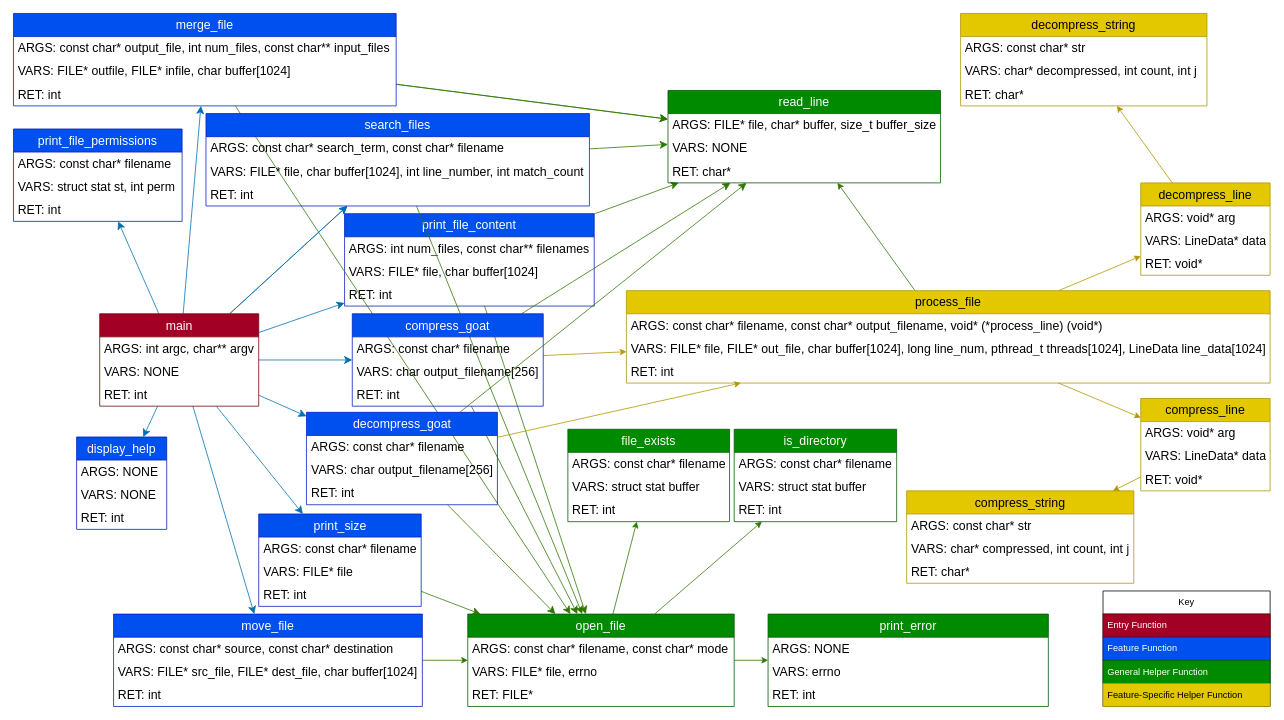
Earlier version of the draw.io diagram assets/function_call_diagram.drawio (dross1-dross1/goat-tool). Source tidied: cells renumbered, new cells numbered last; positions are measured from the earlier drawing's top-left corner, leaving out a move shared by most shapes. Both pictures are drawn from the tidied source at 77%, with x=0, y=0 at pixel (13, 13).
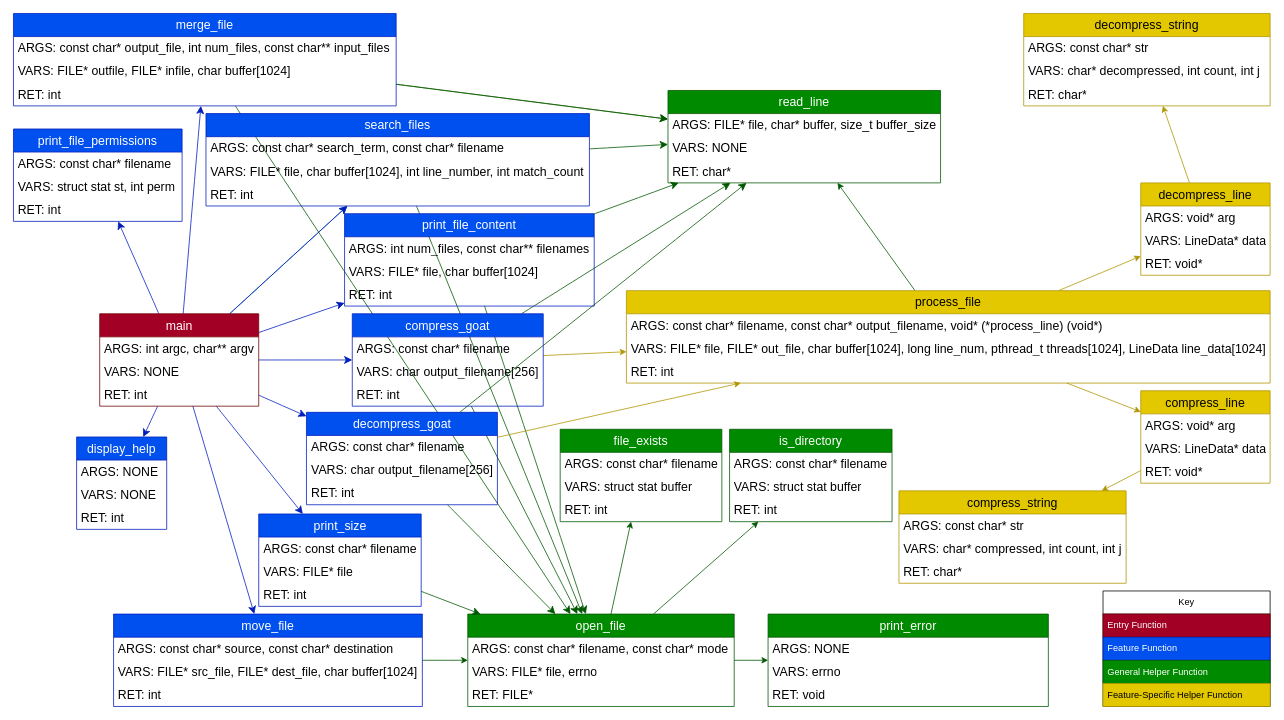
After the change.

Commit message (it also covers changes not shown here):
fixed function call graph minor errors

The change refers to these unchanged cells:
```xml
<mxCell id="5" value="open_file" style="swimlane;fontStyle=0;horizontal=1;startSize=30;whiteSpace=wrap;html=1;fontSize=16;fillColor=#008a00;fontColor=#ffffff;strokeColor=#005700;" parent="1" vertex="1">
  <mxGeometry x="590" y="780" width="346" height="120" as="geometry" />
</mxCell>
<mxCell id="18" value="main" style="swimlane;fontStyle=0;horizontal=1;startSize=30;whiteSpace=wrap;html=1;fontSize=16;fillColor=#a20025;fontColor=#ffffff;strokeColor=#6F0000;" parent="1" vertex="1">
  <mxGeometry x="112" y="390" width="206.5" height="120" as="geometry" />
</mxCell>
<mxCell id="22" value="display_help" style="swimlane;fontStyle=0;horizontal=1;startSize=30;whiteSpace=wrap;html=1;fontSize=16;fillColor=#0050ef;fontColor=#ffffff;strokeColor=#001DBC;" parent="1" vertex="1">
  <mxGeometry x="82" y="550" width="117" height="120" as="geometry" />
</mxCell>
<mxCell id="33" value="print_size" style="swimlane;fontStyle=0;horizontal=1;startSize=30;whiteSpace=wrap;html=1;fontSize=16;fillColor=#0050ef;fontColor=#ffffff;strokeColor=#001DBC;" parent="1" vertex="1">
  <mxGeometry x="318.5" y="650" width="211" height="120" as="geometry" />
</mxCell>
<mxCell id="40" value="move_file" style="swimlane;fontStyle=0;horizontal=1;startSize=30;whiteSpace=wrap;html=1;fontSize=16;fillColor=#0050ef;fontColor=#ffffff;strokeColor=#001DBC;" parent="1" vertex="1">
  <mxGeometry x="130" y="780" width="401" height="120" as="geometry" />
</mxCell>
<mxCell id="49" value="compress_goat" style="swimlane;fontStyle=0;horizontal=1;startSize=30;whiteSpace=wrap;html=1;fontSize=16;fillColor=#0050ef;fontColor=#ffffff;strokeColor=#001DBC;" parent="1" vertex="1">
  <mxGeometry x="440" y="390" width="248" height="120" as="geometry" />
</mxCell>
<mxCell id="53" value="print_file_permissions" style="swimlane;fontStyle=0;horizontal=1;startSize=30;whiteSpace=wrap;html=1;fontSize=16;fillColor=#0050ef;fontColor=#ffffff;strokeColor=#001DBC;" parent="1" vertex="1">
  <mxGeometry y="150" width="219" height="120" as="geometry" />
</mxCell>
<mxCell id="59" value="decompress_goat" style="swimlane;fontStyle=0;horizontal=1;startSize=30;whiteSpace=wrap;html=1;fontSize=16;fillColor=#0050ef;fontColor=#ffffff;strokeColor=#001DBC;" parent="1" vertex="1">
  <mxGeometry x="380.5" y="518" width="248" height="120" as="geometry" />
</mxCell>
<mxCell id="63" value="read_line" style="swimlane;fontStyle=0;horizontal=1;startSize=30;whiteSpace=wrap;html=1;fontSize=16;fillColor=#008a00;fontColor=#ffffff;strokeColor=#005700;" parent="1" vertex="1">
  <mxGeometry x="850" y="100" width="354" height="120" as="geometry" />
</mxCell>
<mxCell id="75" value="print_error" style="swimlane;fontStyle=0;horizontal=1;startSize=30;whiteSpace=wrap;html=1;fontSize=16;fillColor=#008a00;fontColor=#ffffff;strokeColor=#005700;" parent="1" vertex="1">
  <mxGeometry x="980" y="780" width="364" height="120" as="geometry" />
</mxCell>
<mxCell id="81" value="merge_file" style="swimlane;fontStyle=0;horizontal=1;startSize=30;whiteSpace=wrap;html=1;fontSize=16;fillColor=#0050ef;fontColor=#ffffff;strokeColor=#001DBC;" parent="1" vertex="1">
  <mxGeometry width="497" height="120" as="geometry" />
</mxCell>
<mxCell id="88" value="process_file" style="swimlane;fontStyle=0;horizontal=1;startSize=30;whiteSpace=wrap;html=1;fontSize=16;fillColor=#e3c800;fontColor=#000000;strokeColor=#B09500;" parent="1" vertex="1">
  <mxGeometry x="796" y="360" width="836" height="120" as="geometry" />
</mxCell>
<mxCell id="116" value="search_files" style="swimlane;fontStyle=0;horizontal=1;startSize=30;whiteSpace=wrap;html=1;fontSize=16;fillColor=#0050ef;fontColor=#ffffff;strokeColor=#001DBC;" parent="1" vertex="1">
  <mxGeometry x="250" y="130" width="498" height="120" as="geometry" />
</mxCell>
```

The edit, as a diff of the source:
```diff
@@
-    <mxCell id="2" style="rounded=0;jettySize=auto;html=1;fillColor=#60a917;strokeColor=#2D7600;" parent="1" edge="1" source="5" target="67">
+    <mxCell id="2" style="rounded=0;jettySize=auto;html=1;fillColor=#008a00;strokeColor=#005700;" parent="1" edge="1" source="5" target="67">
       <mxGeometry relative="1" as="geometry" />
     </mxCell>
-    <mxCell id="3" style="rounded=0;jettySize=auto;html=1;fillColor=#60a917;strokeColor=#2D7600;" parent="1" edge="1" source="5" target="71">
+    <mxCell id="3" style="rounded=0;jettySize=auto;html=1;fillColor=#008a00;strokeColor=#005700;" parent="1" edge="1" source="5" target="71">
       <mxGeometry relative="1" as="geometry" />
     </mxCell>
-    <mxCell id="4" style="rounded=0;jettySize=auto;html=1;fillColor=#60a917;strokeColor=#2D7600;" parent="1" edge="1" source="5" target="75">
+    <mxCell id="4" style="rounded=0;jettySize=auto;html=1;fillColor=#008a00;strokeColor=#005700;" parent="1" edge="1" source="5" target="75">
       <mxGeometry relative="1" as="geometry" />
     </mxCell>
@@
-    <mxCell id="9" style="edgeStyle=none;curved=1;rounded=0;jettySize=auto;html=1;fontSize=12;startSize=8;endSize=8;fillColor=#1ba1e2;strokeColor=#006EAF;" parent="1" edge="1" source="18" target="22">
+    <mxCell id="9" style="edgeStyle=none;curved=1;rounded=0;jettySize=auto;html=1;fontSize=12;startSize=8;endSize=8;fillColor=#0050ef;strokeColor=#001DBC;" parent="1" edge="1" source="18" target="22">
       <mxGeometry relative="1" as="geometry" />
     </mxCell>
-    <mxCell id="10" style="edgeStyle=none;curved=1;rounded=0;jettySize=auto;html=1;fontSize=12;startSize=8;endSize=8;fillColor=#1ba1e2;strokeColor=#006EAF;" parent="1" edge="1" source="18" target="28">
+    <mxCell id="10" style="edgeStyle=none;curved=1;rounded=0;jettySize=auto;html=1;fontSize=12;startSize=8;endSize=8;fillColor=#0050ef;strokeColor=#001DBC;" parent="1" edge="1" source="18" target="28">
       <mxGeometry relative="1" as="geometry" />
     </mxCell>
@@
-    <mxCell id="12" style="edgeStyle=none;curved=1;rounded=0;jettySize=auto;html=1;fontSize=12;startSize=8;endSize=8;fillColor=#1ba1e2;strokeColor=#006EAF;" parent="1" edge="1" source="18" target="33">
+    <mxCell id="12" style="edgeStyle=none;curved=1;rounded=0;jettySize=auto;html=1;fontSize=12;startSize=8;endSize=8;fillColor=#0050ef;strokeColor=#001DBC;" parent="1" edge="1" source="18" target="33">
       <mxGeometry relative="1" as="geometry" />
     </mxCell>
-    <mxCell id="13" style="edgeStyle=none;curved=1;rounded=0;jettySize=auto;html=1;fontSize=12;startSize=8;endSize=8;fillColor=#1ba1e2;strokeColor=#006EAF;" parent="1" edge="1" source="18" target="81">
+    <mxCell id="13" style="edgeStyle=none;curved=1;rounded=0;jettySize=auto;html=1;fontSize=12;startSize=8;endSize=8;fillColor=#0050ef;strokeColor=#001DBC;" parent="1" edge="1" source="18" target="81">
       <mxGeometry relative="1" as="geometry" />
     </mxCell>
-    <mxCell id="14" style="edgeStyle=none;curved=1;rounded=0;jettySize=auto;html=1;fontSize=12;startSize=8;endSize=8;fillColor=#1ba1e2;strokeColor=#006EAF;" parent="1" edge="1" source="18" target="49">
+    <mxCell id="14" style="edgeStyle=none;curved=1;rounded=0;jettySize=auto;html=1;fontSize=12;startSize=8;endSize=8;fillColor=#0050ef;strokeColor=#001DBC;" parent="1" edge="1" source="18" target="49">
       <mxGeometry relative="1" as="geometry" />
     </mxCell>
-    <mxCell id="15" style="edgeStyle=none;curved=1;rounded=0;jettySize=auto;html=1;fontSize=12;startSize=8;endSize=8;fillColor=#1ba1e2;strokeColor=#006EAF;" parent="1" edge="1" source="18" target="59">
+    <mxCell id="15" style="edgeStyle=none;curved=1;rounded=0;jettySize=auto;html=1;fontSize=12;startSize=8;endSize=8;fillColor=#0050ef;strokeColor=#001DBC;" parent="1" edge="1" source="18" target="59">
       <mxGeometry relative="1" as="geometry" />
     </mxCell>
-    <mxCell id="16" style="edgeStyle=none;curved=1;rounded=0;jettySize=auto;html=1;fontSize=12;startSize=8;endSize=8;fillColor=#1ba1e2;strokeColor=#006EAF;" parent="1" edge="1" source="18" target="53">
+    <mxCell id="16" style="edgeStyle=none;curved=1;rounded=0;jettySize=auto;html=1;fontSize=12;startSize=8;endSize=8;fillColor=#0050ef;strokeColor=#001DBC;" parent="1" edge="1" source="18" target="53">
       <mxGeometry relative="1" as="geometry" />
     </mxCell>
-    <mxCell id="17" style="edgeStyle=none;curved=1;rounded=0;jettySize=auto;html=1;fontSize=12;startSize=8;endSize=8;fillColor=#1ba1e2;strokeColor=#006EAF;" parent="1" edge="1" source="18" target="40">
+    <mxCell id="17" style="edgeStyle=none;curved=1;rounded=0;jettySize=auto;html=1;fontSize=12;startSize=8;endSize=8;fillColor=#0050ef;strokeColor=#001DBC;" parent="1" edge="1" source="18" target="40">
       <mxGeometry relative="1" as="geometry" />
     </mxCell>
@@
-    <mxCell id="26" style="edgeStyle=none;curved=1;rounded=0;jettySize=auto;html=1;fontSize=12;startSize=8;endSize=8;fillColor=#60a917;strokeColor=#2D7600;" parent="1" edge="1" source="28" target="63">
+    <mxCell id="26" style="edgeStyle=none;curved=1;rounded=0;jettySize=auto;html=1;fontSize=12;startSize=8;endSize=8;fillColor=#008a00;strokeColor=#005700;" parent="1" edge="1" source="28" target="63">
       <mxGeometry relative="1" as="geometry" />
     </mxCell>
-    <mxCell id="27" style="edgeStyle=none;curved=1;rounded=0;jettySize=auto;html=1;fontSize=12;startSize=8;endSize=8;fillColor=#60a917;strokeColor=#2D7600;" parent="1" edge="1" source="28" target="5">
+    <mxCell id="27" style="edgeStyle=none;curved=1;rounded=0;jettySize=auto;html=1;fontSize=12;startSize=8;endSize=8;fillColor=#008a00;strokeColor=#005700;" parent="1" edge="1" source="28" target="5">
       <mxGeometry relative="1" as="geometry" />
     </mxCell>
-    <mxCell id="28" value="print_file_content" style="swimlane;fontStyle=0;horizontal=1;startSize=30;whiteSpace=wrap;html=1;fontSize=16;fillColor=#0050ef;fontColor=#ffffff;strokeColor=#001DBC;" parent="1" vertex="1">
-      <mxGeometry x="430" y="260" width="324.2" height="120" as="geometry" />
-    </mxCell>
-    <mxCell id="29" value="ARGS: int num_files, const char** filenames" style="text;strokeColor=none;fillColor=none;align=left;verticalAlign=middle;spacingLeft=4;spacingRight=4;overflow=hidden;whiteSpace=wrap;html=1;fontSize=16;" parent="28" vertex="1">
-      <mxGeometry y="30" width="324.2" height="30" as="geometry" />
-    </mxCell>
-    <mxCell id="30" value="VARS: FILE* file, char buffer[1024]" style="text;strokeColor=none;fillColor=none;align=left;verticalAlign=middle;spacingLeft=4;spacingRight=4;overflow=hidden;whiteSpace=wrap;html=1;fontSize=16;" parent="28" vertex="1">
-      <mxGeometry y="60" width="324.2" height="30" as="geometry" />
-    </mxCell>
-    <mxCell id="31" value="RET: int" style="text;strokeColor=none;fillColor=none;align=left;verticalAlign=middle;spacingLeft=4;spacingRight=4;overflow=hidden;whiteSpace=wrap;html=1;fontSize=16;" parent="28" vertex="1">
-      <mxGeometry y="90" width="324.2" height="30" as="geometry" />
-    </mxCell>
-    <mxCell id="32" style="edgeStyle=none;curved=1;rounded=0;jettySize=auto;html=1;fontSize=12;startSize=8;endSize=8;fillColor=#60a917;strokeColor=#2D7600;" parent="1" edge="1" source="33" target="5">
+    <mxCell id="32" style="edgeStyle=none;curved=1;rounded=0;jettySize=auto;html=1;fontSize=12;startSize=8;endSize=8;fillColor=#008a00;strokeColor=#005700;" parent="1" edge="1" source="33" target="5">
       <mxGeometry relative="1" as="geometry" />
     </mxCell>
@@
-    <mxCell id="37" style="edgeStyle=none;curved=1;rounded=0;jettySize=auto;html=1;fontSize=12;startSize=8;endSize=8;fillColor=#60a917;strokeColor=#2D7600;" parent="1" edge="1" source="81" target="5">
+    <mxCell id="37" style="edgeStyle=none;curved=1;rounded=0;jettySize=auto;html=1;fontSize=12;startSize=8;endSize=8;fillColor=#008a00;strokeColor=#005700;" parent="1" edge="1" source="81" target="5">
       <mxGeometry relative="1" as="geometry" />
     </mxCell>
@@
-    <mxCell id="39" style="rounded=0;jettySize=auto;html=1;fillColor=#60a917;strokeColor=#2D7600;" parent="1" edge="1" source="40" target="5">
+    <mxCell id="39" style="rounded=0;jettySize=auto;html=1;fillColor=#008a00;strokeColor=#005700;" parent="1" edge="1" source="40" target="5">
       <mxGeometry relative="1" as="geometry" />
     </mxCell>
@@
-    <mxCell id="44" style="edgeStyle=none;curved=1;rounded=0;jettySize=auto;html=1;fontSize=12;startSize=8;endSize=8;fillColor=#60a917;strokeColor=#2D7600;" parent="1" edge="1" source="116" target="5">
+    <mxCell id="44" style="edgeStyle=none;curved=1;rounded=0;jettySize=auto;html=1;fontSize=12;startSize=8;endSize=8;fillColor=#008a00;strokeColor=#005700;" parent="1" edge="1" source="116" target="5">
       <mxGeometry relative="1" as="geometry" />
     </mxCell>
-    <mxCell id="45" style="edgeStyle=none;curved=1;rounded=0;jettySize=auto;html=1;fontSize=12;startSize=8;endSize=8;fillColor=#60a917;strokeColor=#2D7600;" parent="1" edge="1" source="116" target="63">
+    <mxCell id="45" style="edgeStyle=none;curved=1;rounded=0;jettySize=auto;html=1;fontSize=12;startSize=8;endSize=8;fillColor=#008a00;strokeColor=#005700;" parent="1" edge="1" source="116" target="63">
       <mxGeometry relative="1" as="geometry" />
     </mxCell>
-    <mxCell id="46" style="edgeStyle=none;curved=1;rounded=0;jettySize=auto;html=1;fontSize=12;startSize=8;endSize=8;fillColor=#60a917;strokeColor=#2D7600;" parent="1" edge="1" source="49" target="5">
+    <mxCell id="46" style="edgeStyle=none;curved=1;rounded=0;jettySize=auto;html=1;fontSize=12;startSize=8;endSize=8;fillColor=#008a00;strokeColor=#005700;" parent="1" edge="1" source="49" target="5">
       <mxGeometry relative="1" as="geometry" />
     </mxCell>
-    <mxCell id="47" style="edgeStyle=none;curved=1;rounded=0;jettySize=auto;html=1;fontSize=12;startSize=8;endSize=8;fillColor=#60a917;strokeColor=#2D7600;" parent="1" edge="1" source="49" target="63">
+    <mxCell id="47" style="edgeStyle=none;curved=1;rounded=0;jettySize=auto;html=1;fontSize=12;startSize=8;endSize=8;fillColor=#008a00;strokeColor=#005700;" parent="1" edge="1" source="49" target="63">
       <mxGeometry relative="1" as="geometry" />
     </mxCell>
@@
-    <mxCell id="57" style="edgeStyle=none;curved=1;rounded=0;jettySize=auto;html=1;fontSize=12;startSize=8;endSize=8;fillColor=#60a917;strokeColor=#2D7600;" parent="1" edge="1" source="81" target="63">
+    <mxCell id="57" style="edgeStyle=none;curved=1;rounded=0;jettySize=auto;html=1;fontSize=12;startSize=8;endSize=8;fillColor=#008a00;strokeColor=#005700;" parent="1" edge="1" source="81" target="63">
       <mxGeometry relative="1" as="geometry" />
     </mxCell>
@@
     <mxCell id="67" value="file_exists" style="swimlane;fontStyle=0;horizontal=1;startSize=30;whiteSpace=wrap;html=1;fontSize=16;fillColor=#008a00;fontColor=#ffffff;strokeColor=#005700;" parent="1" vertex="1">
-      <mxGeometry x="720" y="540" width="210" height="120" as="geometry" />
+      <mxGeometry x="710" y="540" width="210" height="120" as="geometry" />
     </mxCell>
@@
     <mxCell id="71" value="is_directory" style="swimlane;fontStyle=0;horizontal=1;startSize=30;whiteSpace=wrap;html=1;fontSize=16;fillColor=#008a00;fontColor=#ffffff;strokeColor=#005700;" parent="1" vertex="1">
-      <mxGeometry x="936" y="540" width="211" height="120" as="geometry" />
+      <mxGeometry x="930" y="540" width="211" height="120" as="geometry" />
     </mxCell>
@@
-    <mxCell id="78" value="RET: int" style="text;strokeColor=none;fillColor=none;align=left;verticalAlign=middle;spacingLeft=4;spacingRight=4;overflow=hidden;whiteSpace=wrap;html=1;fontSize=16;" parent="75" vertex="1">
+    <mxCell id="78" value="RET: void" style="text;strokeColor=none;fillColor=none;align=left;verticalAlign=middle;spacingLeft=4;spacingRight=4;overflow=hidden;whiteSpace=wrap;html=1;fontSize=16;" parent="75" vertex="1">
       <mxGeometry y="90" width="364" height="30" as="geometry" />
     </mxCell>
-    <mxCell id="79" style="edgeStyle=none;curved=1;rounded=0;jettySize=auto;html=1;fontSize=12;startSize=8;endSize=8;fillColor=#60a917;strokeColor=#2D7600;" parent="1" edge="1" source="59" target="5">
+    <mxCell id="79" style="edgeStyle=none;curved=1;rounded=0;jettySize=auto;html=1;fontSize=12;startSize=8;endSize=8;fillColor=#008a00;strokeColor=#005700;" parent="1" edge="1" source="59" target="5">
       <mxGeometry relative="1" as="geometry" />
     </mxCell>
-    <mxCell id="80" style="edgeStyle=none;curved=1;rounded=0;jettySize=auto;html=1;fontSize=12;startSize=8;endSize=8;fillColor=#60a917;strokeColor=#2D7600;" parent="1" edge="1" source="59" target="63">
+    <mxCell id="80" style="edgeStyle=none;curved=1;rounded=0;jettySize=auto;html=1;fontSize=12;startSize=8;endSize=8;fillColor=#008a00;strokeColor=#005700;" parent="1" edge="1" source="59" target="63">
       <mxGeometry relative="1" as="geometry" />
     </mxCell>
@@
-    <mxCell id="87" style="rounded=0;jettySize=auto;html=1;fillColor=#60a917;strokeColor=#2D7600;" parent="1" edge="1" source="88" target="63">
+    <mxCell id="87" style="rounded=0;jettySize=auto;html=1;fillColor=#008a00;strokeColor=#005700;" parent="1" edge="1" source="88" target="63">
       <mxGeometry relative="1" as="geometry" />
     </mxCell>
@@
     <mxCell id="93" value="compress_line" style="swimlane;fontStyle=0;horizontal=1;startSize=30;whiteSpace=wrap;html=1;fontSize=16;fillColor=#e3c800;fontColor=#000000;strokeColor=#B09500;" parent="1" vertex="1">
-      <mxGeometry x="1464" y="500" width="168" height="120" as="geometry" />
+      <mxGeometry x="1464" y="490" width="168" height="120" as="geometry" />
     </mxCell>
@@
     <mxCell id="107" value="compress_string" style="swimlane;fontStyle=0;horizontal=1;startSize=30;whiteSpace=wrap;html=1;fontSize=16;fillColor=#e3c800;fontColor=#000000;strokeColor=#B09500;" parent="1" vertex="1">
-      <mxGeometry x="1160" y="620" width="295" height="120" as="geometry" />
+      <mxGeometry x="1150" y="620" width="295" height="120" as="geometry" />
     </mxCell>
@@
     <mxCell id="111" value="decompress_string" style="swimlane;fontStyle=0;horizontal=1;startSize=30;whiteSpace=wrap;html=1;fontSize=16;fillColor=#e3c800;fontColor=#000000;strokeColor=#B09500;" parent="1" vertex="1">
-      <mxGeometry x="1230" width="320" height="120" as="geometry" />
+      <mxGeometry x="1312" width="320" height="120" as="geometry" />
     </mxCell>
@@
-    <mxCell id="115" style="edgeStyle=none;curved=1;rounded=0;jettySize=auto;html=1;fontSize=12;startSize=8;endSize=8;fillColor=#1ba1e2;strokeColor=#006EAF;" parent="1" edge="1" source="18" target="116">
+    <mxCell id="115" style="edgeStyle=none;curved=1;rounded=0;jettySize=auto;html=1;fontSize=12;startSize=8;endSize=8;fillColor=#0050ef;strokeColor=#001DBC;" parent="1" edge="1" source="18" target="116">
       <mxGeometry relative="1" as="geometry" />
     </mxCell>
@@
+    <mxCell id="28" value="print_file_content" style="swimlane;fontStyle=0;horizontal=1;startSize=30;whiteSpace=wrap;html=1;fontSize=16;fillColor=#0050ef;fontColor=#ffffff;strokeColor=#001DBC;" parent="1" vertex="1">
+      <mxGeometry x="430" y="260" width="324.2" height="120" as="geometry" />
+    </mxCell>
+    <mxCell id="29" value="ARGS: int num_files, const char** filenames" style="text;strokeColor=none;fillColor=none;align=left;verticalAlign=middle;spacingLeft=4;spacingRight=4;overflow=hidden;whiteSpace=wrap;html=1;fontSize=16;" parent="28" vertex="1">
+      <mxGeometry y="30" width="324.2" height="30" as="geometry" />
+    </mxCell>
+    <mxCell id="30" value="VARS: FILE* file, char buffer[1024]" style="text;strokeColor=none;fillColor=none;align=left;verticalAlign=middle;spacingLeft=4;spacingRight=4;overflow=hidden;whiteSpace=wrap;html=1;fontSize=16;" parent="28" vertex="1">
+      <mxGeometry y="60" width="324.2" height="30" as="geometry" />
+    </mxCell>
+    <mxCell id="31" value="RET: int" style="text;strokeColor=none;fillColor=none;align=left;verticalAlign=middle;spacingLeft=4;spacingRight=4;overflow=hidden;whiteSpace=wrap;html=1;fontSize=16;" parent="28" vertex="1">
+      <mxGeometry y="90" width="324.2" height="30" as="geometry" />
+    </mxCell>
```
